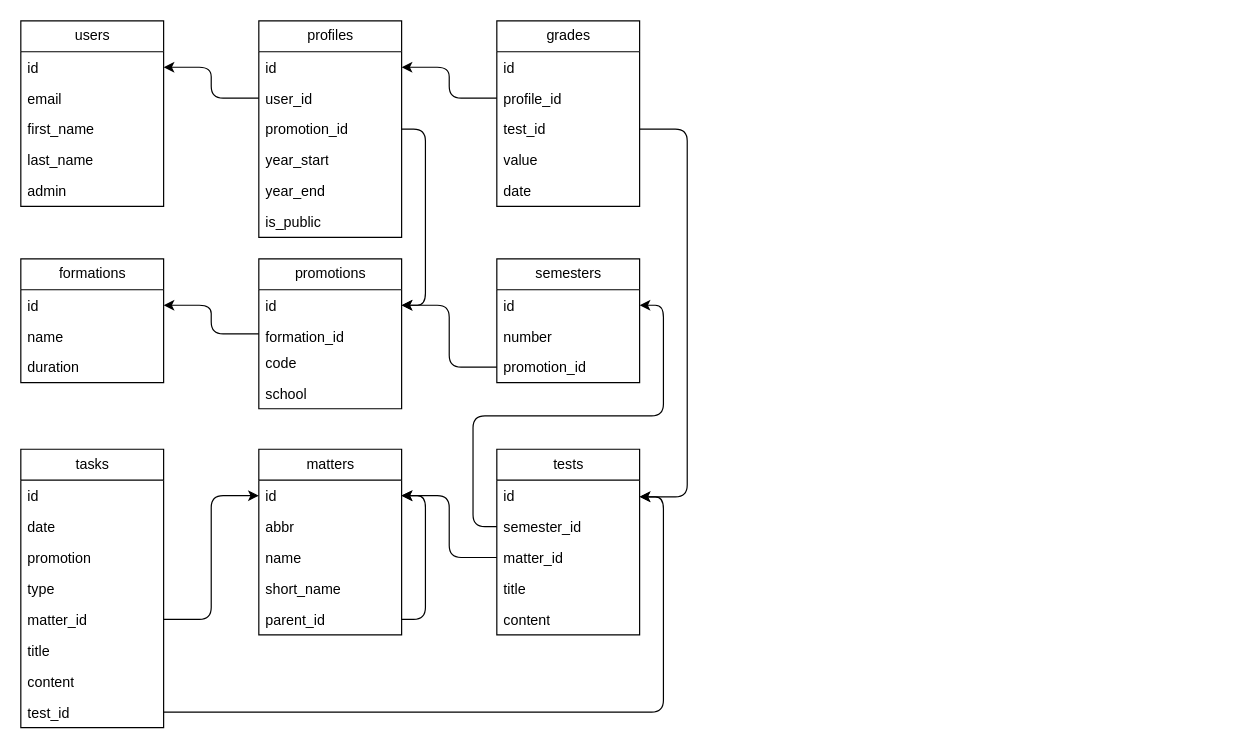
The draw.io diagram docs/data-model.drawio in BurkhalterY/api.etml.burkhalter.dev, before the edit. Source tidied: cells renumbered, new cells numbered last; positions are measured from the earlier drawing's top-left corner, leaving out a move shared by most shapes. Both pictures are drawn from the tidied source at 119%, with x=0, y=0 at pixel (20, 20).
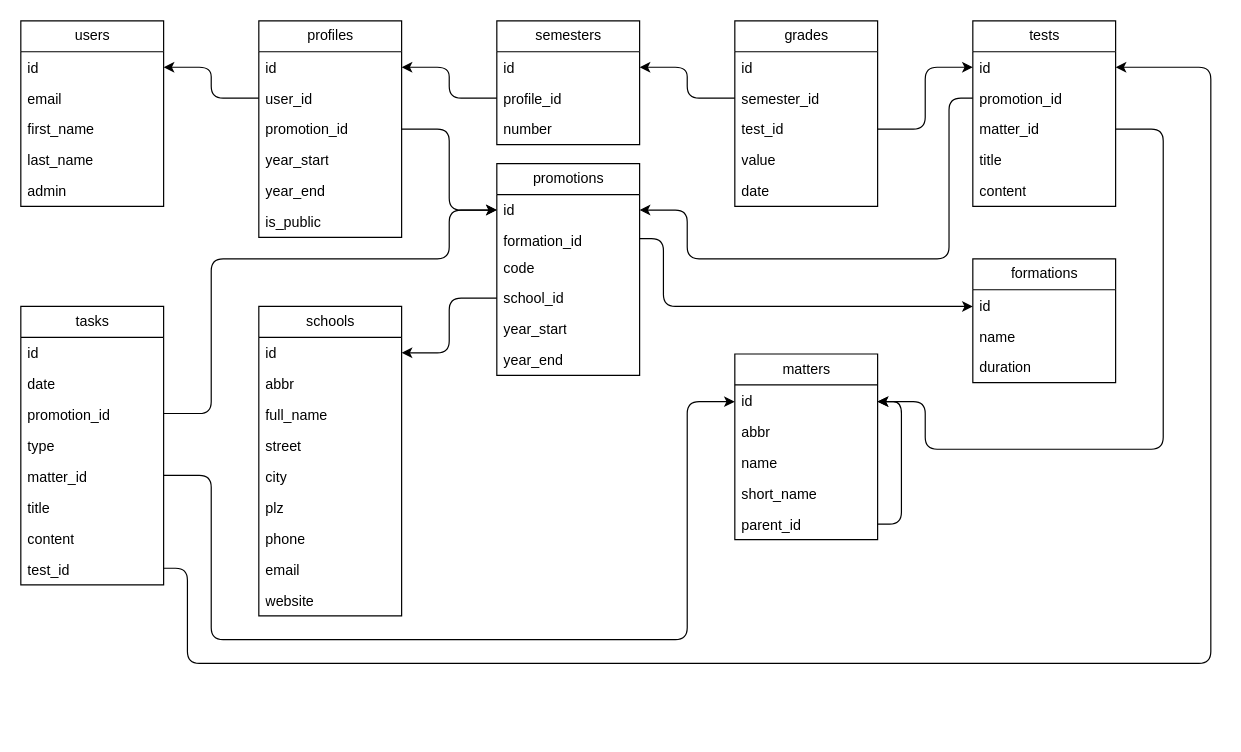
The same diagram, later.

The change refers to these unchanged cells:
```xml
<mxCell id="3" value="id" style="text;strokeColor=none;fillColor=none;align=left;verticalAlign=top;spacingLeft=4;spacingRight=4;overflow=hidden;points=[[0,0.5],[1,0.5]];portConstraint=eastwest;whiteSpace=wrap;html=1;" parent="2" vertex="1">
  <mxGeometry y="26" width="120" height="26" as="geometry" />
</mxCell>
<mxCell id="8" value="parent_id" style="text;strokeColor=none;fillColor=none;align=left;verticalAlign=top;spacingLeft=4;spacingRight=4;overflow=hidden;points=[[0,0.5],[1,0.5]];portConstraint=eastwest;whiteSpace=wrap;html=1;" parent="2" vertex="1">
  <mxGeometry y="130" width="120" height="26" as="geometry" />
</mxCell>
<mxCell id="10" value="id" style="text;strokeColor=none;fillColor=none;align=left;verticalAlign=top;spacingLeft=4;spacingRight=4;overflow=hidden;points=[[0,0.5],[1,0.5]];portConstraint=eastwest;whiteSpace=wrap;html=1;" parent="9" vertex="1">
  <mxGeometry y="26" width="120" height="26" as="geometry" />
</mxCell>
<mxCell id="12" value="promotion_id" style="text;strokeColor=none;fillColor=none;align=left;verticalAlign=top;spacingLeft=4;spacingRight=4;overflow=hidden;points=[[0,0.5],[1,0.5]];portConstraint=eastwest;whiteSpace=wrap;html=1;" parent="9" vertex="1">
  <mxGeometry y="78" width="120" height="26" as="geometry" />
</mxCell>
<mxCell id="21" value="matter_id" style="text;strokeColor=none;fillColor=none;align=left;verticalAlign=top;spacingLeft=4;spacingRight=4;overflow=hidden;points=[[0,0.5],[1,0.5]];portConstraint=eastwest;whiteSpace=wrap;html=1;" parent="16" vertex="1">
  <mxGeometry y="130" width="120" height="26" as="geometry" />
</mxCell>
<mxCell id="24" value="test_id" style="text;strokeColor=none;fillColor=none;align=left;verticalAlign=top;spacingLeft=4;spacingRight=4;overflow=hidden;points=[[0,0.5],[1,0.5]];portConstraint=eastwest;whiteSpace=wrap;html=1;" parent="16" vertex="1">
  <mxGeometry y="208" width="120" height="26" as="geometry" />
</mxCell>
<mxCell id="36" value="test_id" style="text;strokeColor=none;fillColor=none;align=left;verticalAlign=top;spacingLeft=4;spacingRight=4;overflow=hidden;points=[[0,0.5],[1,0.5]];portConstraint=eastwest;whiteSpace=wrap;html=1;" parent="33" vertex="1">
  <mxGeometry y="78" width="120" height="26" as="geometry" />
</mxCell>
<mxCell id="40" value="id" style="text;strokeColor=none;fillColor=none;align=left;verticalAlign=top;spacingLeft=4;spacingRight=4;overflow=hidden;points=[[0,0.5],[1,0.5]];portConstraint=eastwest;whiteSpace=wrap;html=1;" parent="39" vertex="1">
  <mxGeometry y="26" width="120" height="26" as="geometry" />
</mxCell>
<mxCell id="42" value="matter_id" style="text;strokeColor=none;fillColor=none;align=left;verticalAlign=top;spacingLeft=4;spacingRight=4;overflow=hidden;points=[[0,0.5],[1,0.5]];portConstraint=eastwest;whiteSpace=wrap;html=1;" parent="39" vertex="1">
  <mxGeometry y="78" width="120" height="26" as="geometry" />
</mxCell>
<mxCell id="50" value="id" style="text;strokeColor=none;fillColor=none;align=left;verticalAlign=top;spacingLeft=4;spacingRight=4;overflow=hidden;points=[[0,0.5],[1,0.5]];portConstraint=eastwest;whiteSpace=wrap;html=1;" parent="49" vertex="1">
  <mxGeometry y="26" width="120" height="26" as="geometry" />
</mxCell>
<mxCell id="51" value="formation_id" style="text;strokeColor=none;fillColor=none;align=left;verticalAlign=top;spacingLeft=4;spacingRight=4;overflow=hidden;points=[[0,0.5],[1,0.5]];portConstraint=eastwest;whiteSpace=wrap;html=1;" parent="49" vertex="1">
  <mxGeometry y="52" width="120" height="22" as="geometry" />
</mxCell>
<mxCell id="55" value="id" style="text;strokeColor=none;fillColor=none;align=left;verticalAlign=top;spacingLeft=4;spacingRight=4;overflow=hidden;points=[[0,0.5],[1,0.5]];portConstraint=eastwest;whiteSpace=wrap;html=1;" parent="54" vertex="1">
  <mxGeometry y="26" width="120" height="26" as="geometry" />
</mxCell>
<mxCell id="61" value="id" style="text;strokeColor=none;fillColor=none;align=left;verticalAlign=top;spacingLeft=4;spacingRight=4;overflow=hidden;points=[[0,0.5],[1,0.5]];portConstraint=eastwest;whiteSpace=wrap;html=1;" parent="60" vertex="1">
  <mxGeometry y="26" width="120" height="26" as="geometry" />
</mxCell>
```

What changed in the source:
```diff
@@
     <mxCell id="2" value="matters" style="swimlane;fontStyle=0;horizontal=1;startSize=26;fillColor=none;html=1;" parent="1" vertex="1">
-      <mxGeometry x="200" y="360" width="120" height="156" as="geometry" />
+      <mxGeometry x="600" y="280" width="120" height="156" as="geometry" />
     </mxCell>
@@
     <mxCell id="7" style="edgeStyle=orthogonalEdgeStyle;html=1;" parent="2" edge="1" source="8" target="3">
       <mxGeometry relative="1" as="geometry">
         <Array as="points">
           <mxPoint x="140" y="143" />
-          <mxPoint x="140" y="39" />
+          <mxPoint x="140" y="40" />
         </Array>
       </mxGeometry>
     </mxCell>
@@
     <mxCell id="16" value="tasks" style="swimlane;fontStyle=0;horizontal=1;startSize=26;fillColor=none;html=1;" parent="1" vertex="1">
-      <mxGeometry y="360" width="120" height="234" as="geometry" />
+      <mxGeometry y="240" width="120" height="234" as="geometry" />
     </mxCell>
@@
-    <mxCell id="19" value="promotion" style="text;strokeColor=none;fillColor=none;align=left;verticalAlign=top;spacingLeft=4;spacingRight=4;overflow=hidden;points=[[0,0.5],[1,0.5]];portConstraint=eastwest;whiteSpace=wrap;html=1;" parent="16" vertex="1">
+    <mxCell id="19" value="promotion_id" style="text;strokeColor=none;fillColor=none;align=left;verticalAlign=top;spacingLeft=4;spacingRight=4;overflow=hidden;points=[[0,0.5],[1,0.5]];portConstraint=eastwest;whiteSpace=wrap;html=1;" parent="16" vertex="1">
       <mxGeometry y="78" width="120" height="26" as="geometry" />
     </mxCell>
@@
     <mxCell id="32" style="edgeStyle=orthogonalEdgeStyle;html=1;" parent="1" edge="1" source="21" target="3">
-      <mxGeometry relative="1" as="geometry" />
+      <mxGeometry relative="1" as="geometry">
+        <Array as="points">
+          <mxPoint x="160" y="382" />
+          <mxPoint x="160" y="520" />
+          <mxPoint x="560" y="520" />
+          <mxPoint x="560" y="320" />
+        </Array>
+      </mxGeometry>
     </mxCell>
     <mxCell id="33" value="grades" style="swimlane;fontStyle=0;horizontal=1;startSize=26;fillColor=none;html=1;" parent="1" vertex="1">
-      <mxGeometry x="400" width="120" height="156" as="geometry" />
+      <mxGeometry x="600" width="120" height="156" as="geometry" />
     </mxCell>
@@
-    <mxCell id="35" value="profile_id" style="text;strokeColor=none;fillColor=none;align=left;verticalAlign=top;spacingLeft=4;spacingRight=4;overflow=hidden;points=[[0,0.5],[1,0.5]];portConstraint=eastwest;whiteSpace=wrap;html=1;" parent="33" vertex="1">
+    <mxCell id="35" value="semester_id" style="text;strokeColor=none;fillColor=none;align=left;verticalAlign=top;spacingLeft=4;spacingRight=4;overflow=hidden;points=[[0,0.5],[1,0.5]];portConstraint=eastwest;whiteSpace=wrap;html=1;" parent="33" vertex="1">
       <mxGeometry y="52" width="120" height="26" as="geometry" />
     </mxCell>
@@
     <mxCell id="39" value="tests" style="swimlane;fontStyle=0;horizontal=1;startSize=26;fillColor=none;html=1;" parent="1" vertex="1">
-      <mxGeometry x="400" y="360" width="120" height="156" as="geometry" />
+      <mxGeometry x="800" width="120" height="156" as="geometry" />
     </mxCell>
@@
-    <mxCell id="41" value="semester_id" style="text;strokeColor=none;fillColor=none;align=left;verticalAlign=top;spacingLeft=4;spacingRight=4;overflow=hidden;points=[[0,0.5],[1,0.5]];portConstraint=eastwest;whiteSpace=wrap;html=1;" parent="39" vertex="1">
+    <mxCell id="41" value="promotion_id" style="text;strokeColor=none;fillColor=none;align=left;verticalAlign=top;spacingLeft=4;spacingRight=4;overflow=hidden;points=[[0,0.5],[1,0.5]];portConstraint=eastwest;whiteSpace=wrap;html=1;" parent="39" vertex="1">
       <mxGeometry y="52" width="120" height="26" as="geometry" />
     </mxCell>
@@
-    <mxCell id="45" style="edgeStyle=orthogonalEdgeStyle;html=1;" parent="1" edge="1" source="35" target="10">
-      <mxGeometry relative="1" as="geometry" />
-    </mxCell>
-    <mxCell id="46" style="edgeStyle=orthogonalEdgeStyle;html=1;" parent="1" edge="1" source="36" target="40">
-      <mxGeometry relative="1" as="geometry">
-        <Array as="points">
-          <mxPoint x="560" y="91" />
-          <mxPoint x="560" y="400" />
-        </Array>
-      </mxGeometry>
-    </mxCell>
     <mxCell id="47" style="edgeStyle=orthogonalEdgeStyle;html=1;" parent="1" edge="1" source="42" target="3">
-      <mxGeometry relative="1" as="geometry" />
+      <mxGeometry relative="1" as="geometry">
+        <Array as="points">
+          <mxPoint x="960" y="91" />
+          <mxPoint x="960" y="360" />
+          <mxPoint x="760" y="360" />
+          <mxPoint x="760" y="320" />
+        </Array>
+      </mxGeometry>
     </mxCell>
     <mxCell id="48" style="edgeStyle=orthogonalEdgeStyle;html=1;" parent="1" edge="1" source="24" target="40">
       <mxGeometry relative="1" as="geometry">
         <Array as="points">
-          <mxPoint x="540" y="581" />
-          <mxPoint x="540" y="400" />
+          <mxPoint x="140" y="460" />
+          <mxPoint x="140" y="540" />
+          <mxPoint x="1000" y="540" />
+          <mxPoint x="1000" y="39" />
         </Array>
       </mxGeometry>
     </mxCell>
     <mxCell id="49" value="promotions" style="swimlane;fontStyle=0;horizontal=1;startSize=26;fillColor=none;html=1;" parent="1" vertex="1">
-      <mxGeometry x="200" y="200" width="120" height="126" as="geometry" />
+      <mxGeometry x="400" y="120" width="120" height="178" as="geometry" />
     </mxCell>
@@
-    <mxCell id="53" value="school" style="text;strokeColor=none;fillColor=none;align=left;verticalAlign=top;spacingLeft=4;spacingRight=4;overflow=hidden;points=[[0,0.5],[1,0.5]];portConstraint=eastwest;whiteSpace=wrap;html=1;" parent="49" vertex="1">
+    <mxCell id="53" value="school_id" style="text;strokeColor=none;fillColor=none;align=left;verticalAlign=top;spacingLeft=4;spacingRight=4;overflow=hidden;points=[[0,0.5],[1,0.5]];portConstraint=eastwest;whiteSpace=wrap;html=1;" parent="49" vertex="1">
       <mxGeometry y="100" width="120" height="26" as="geometry" />
     </mxCell>
+    <mxCell id="66" value="year_start" style="text;strokeColor=none;fillColor=none;align=left;verticalAlign=top;spacingLeft=4;spacingRight=4;overflow=hidden;whiteSpace=wrap;html=1;" parent="49" vertex="1">
+      <mxGeometry y="126" width="120" height="26" as="geometry" />
+    </mxCell>
+    <mxCell id="67" value="year_end" style="text;strokeColor=none;fillColor=none;align=left;verticalAlign=top;spacingLeft=4;spacingRight=4;overflow=hidden;whiteSpace=wrap;html=1;" parent="49" vertex="1">
+      <mxGeometry y="152" width="120" height="26" as="geometry" />
+    </mxCell>
     <mxCell id="54" value="formations" style="swimlane;fontStyle=0;horizontal=1;startSize=26;fillColor=none;html=1;" parent="1" vertex="1">
-      <mxGeometry y="200" width="120" height="104" as="geometry" />
+      <mxGeometry x="800" y="200" width="120" height="104" as="geometry" />
     </mxCell>
@@
     <mxCell id="58" style="edgeStyle=orthogonalEdgeStyle;html=1;" parent="1" edge="1" source="12" target="50">
       <mxGeometry relative="1" as="geometry">
         <Array as="points">
-          <mxPoint x="340" y="91" />
-          <mxPoint x="340" y="239" />
+          <mxPoint x="360" y="91" />
+          <mxPoint x="360" y="159" />
         </Array>
       </mxGeometry>
     </mxCell>
     <mxCell id="59" style="edgeStyle=orthogonalEdgeStyle;html=1;" parent="1" edge="1" source="51" target="55">
       <mxGeometry relative="1" as="geometry">
         <Array as="points">
-          <mxPoint x="160" y="263" />
-          <mxPoint x="160" y="239" />
+          <mxPoint x="540" y="183" />
+          <mxPoint x="540" y="240" />
         </Array>
       </mxGeometry>
     </mxCell>
     <mxCell id="60" value="semesters" style="swimlane;fontStyle=0;horizontal=1;startSize=26;fillColor=none;html=1;" parent="1" vertex="1">
-      <mxGeometry x="400" y="200" width="120" height="104" as="geometry" />
+      <mxGeometry x="400" width="120" height="104" as="geometry" />
     </mxCell>
@@
+    <mxCell id="63" value="profile_id" style="text;strokeColor=none;fillColor=none;align=left;verticalAlign=top;spacingLeft=4;spacingRight=4;overflow=hidden;points=[[0,0.5],[1,0.5]];portConstraint=eastwest;whiteSpace=wrap;html=1;" parent="60" vertex="1">
+      <mxGeometry y="52" width="120" height="26" as="geometry" />
+    </mxCell>
     <mxCell id="62" value="number" style="text;strokeColor=none;fillColor=none;align=left;verticalAlign=top;spacingLeft=4;spacingRight=4;overflow=hidden;whiteSpace=wrap;html=1;" parent="60" vertex="1">
-      <mxGeometry y="52" width="120" height="26" as="geometry" />
+      <mxGeometry y="78" width="120" height="26" as="geometry" />
     </mxCell>
-    <mxCell id="63" value="promotion_id" style="text;strokeColor=none;fillColor=none;align=left;verticalAlign=top;spacingLeft=4;spacingRight=4;overflow=hidden;points=[[0,0.5],[1,0.5]];portConstraint=eastwest;whiteSpace=wrap;html=1;" parent="60" vertex="1">
-      <mxGeometry y="78" width="120" height="26" as="geometry" />
-    </mxCell>
-    <mxCell id="64" style="edgeStyle=orthogonalEdgeStyle;html=1;" parent="1" edge="1" source="41" target="61">
-      <mxGeometry relative="1" as="geometry">
-        <Array as="points">
-          <mxPoint x="380" y="425" />
-          <mxPoint x="380" y="332" />
-          <mxPoint x="540" y="332" />
-          <mxPoint x="540" y="239" />
-        </Array>
-      </mxGeometry>
-    </mxCell>
-    <mxCell id="65" style="edgeStyle=orthogonalEdgeStyle;html=1;" parent="1" edge="1" source="63" target="50">
-      <mxGeometry relative="1" as="geometry" />
-    </mxCell>
+    <mxCell id="68" style="edgeStyle=orthogonalEdgeStyle;html=1;" parent="1" edge="1" source="63" target="10">
+      <mxGeometry relative="1" as="geometry" />
+    </mxCell>
+    <mxCell id="69" style="edgeStyle=orthogonalEdgeStyle;html=1;" parent="1" edge="1" source="35" target="61">
+      <mxGeometry relative="1" as="geometry" />
+    </mxCell>
+    <mxCell id="46" style="edgeStyle=orthogonalEdgeStyle;html=1;" parent="1" edge="1" source="36" target="40">
+      <mxGeometry relative="1" as="geometry">
+        <Array as="points">
+          <mxPoint x="760" y="91" />
+          <mxPoint x="760" y="39" />
+        </Array>
+      </mxGeometry>
+    </mxCell>
+    <mxCell id="70" style="edgeStyle=orthogonalEdgeStyle;html=1;" parent="1" edge="1" source="41" target="50">
+      <mxGeometry relative="1" as="geometry">
+        <Array as="points">
+          <mxPoint x="780" y="65" />
+          <mxPoint x="780" y="200" />
+          <mxPoint x="560" y="200" />
+          <mxPoint x="560" y="159" />
+        </Array>
+      </mxGeometry>
+    </mxCell>
+    <mxCell id="71" style="edgeStyle=orthogonalEdgeStyle;html=1;" parent="1" edge="1" source="19" target="50">
+      <mxGeometry relative="1" as="geometry">
+        <Array as="points">
+          <mxPoint x="160" y="330" />
+          <mxPoint x="160" y="200" />
+          <mxPoint x="360" y="200" />
+          <mxPoint x="360" y="159" />
+        </Array>
+      </mxGeometry>
+    </mxCell>
+    <mxCell id="72" value="schools" style="swimlane;fontStyle=0;horizontal=1;startSize=26;fillColor=none;html=1;" parent="1" vertex="1">
+      <mxGeometry x="200" y="240" width="120" height="260" as="geometry" />
+    </mxCell>
+    <mxCell id="73" value="id" style="text;strokeColor=none;fillColor=none;align=left;verticalAlign=top;spacingLeft=4;spacingRight=4;overflow=hidden;points=[[0,0.5],[1,0.5]];portConstraint=eastwest;whiteSpace=wrap;html=1;" parent="72" vertex="1">
+      <mxGeometry y="26" width="120" height="26" as="geometry" />
+    </mxCell>
+    <mxCell id="74" value="abbr" style="text;strokeColor=none;fillColor=none;align=left;verticalAlign=top;spacingLeft=4;spacingRight=4;overflow=hidden;whiteSpace=wrap;html=1;" parent="72" vertex="1">
+      <mxGeometry y="52" width="120" height="26" as="geometry" />
+    </mxCell>
+    <mxCell id="75" value="full_name" style="text;strokeColor=none;fillColor=none;align=left;verticalAlign=top;spacingLeft=4;spacingRight=4;overflow=hidden;whiteSpace=wrap;html=1;" parent="72" vertex="1">
+      <mxGeometry y="78" width="120" height="26" as="geometry" />
+    </mxCell>
+    <mxCell id="76" value="street" style="text;strokeColor=none;fillColor=none;align=left;verticalAlign=top;spacingLeft=4;spacingRight=4;overflow=hidden;whiteSpace=wrap;html=1;" parent="72" vertex="1">
+      <mxGeometry y="104" width="120" height="26" as="geometry" />
+    </mxCell>
+    <mxCell id="77" value="city" style="text;strokeColor=none;fillColor=none;align=left;verticalAlign=top;spacingLeft=4;spacingRight=4;overflow=hidden;whiteSpace=wrap;html=1;" parent="72" vertex="1">
+      <mxGeometry y="130" width="120" height="26" as="geometry" />
+    </mxCell>
+    <mxCell id="78" value="plz" style="text;strokeColor=none;fillColor=none;align=left;verticalAlign=top;spacingLeft=4;spacingRight=4;overflow=hidden;whiteSpace=wrap;html=1;" parent="72" vertex="1">
+      <mxGeometry y="156" width="120" height="26" as="geometry" />
+    </mxCell>
+    <mxCell id="79" value="phone" style="text;strokeColor=none;fillColor=none;align=left;verticalAlign=top;spacingLeft=4;spacingRight=4;overflow=hidden;whiteSpace=wrap;html=1;" parent="72" vertex="1">
+      <mxGeometry y="182" width="120" height="26" as="geometry" />
+    </mxCell>
+    <mxCell id="80" value="email" style="text;strokeColor=none;fillColor=none;align=left;verticalAlign=top;spacingLeft=4;spacingRight=4;overflow=hidden;whiteSpace=wrap;html=1;" parent="72" vertex="1">
+      <mxGeometry y="208" width="120" height="26" as="geometry" />
+    </mxCell>
+    <mxCell id="81" value="website" style="text;strokeColor=none;fillColor=none;align=left;verticalAlign=top;spacingLeft=4;spacingRight=4;overflow=hidden;whiteSpace=wrap;html=1;" parent="72" vertex="1">
+      <mxGeometry y="234" width="120" height="26" as="geometry" />
+    </mxCell>
+    <mxCell id="82" style="edgeStyle=orthogonalEdgeStyle;html=1;" parent="1" edge="1" source="53" target="73">
+      <mxGeometry relative="1" as="geometry" />
+    </mxCell>
```
